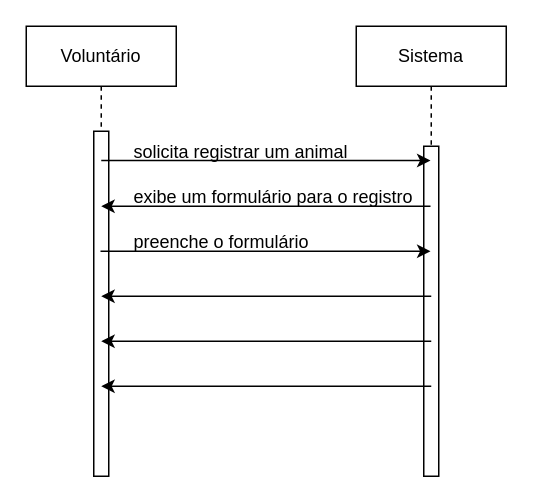
Earlier version of the draw.io diagram Diagrama de Sequência(RF007).drawio (JoaoGans/DRAW.tcc). Source tidied: cells renumbered, new cells numbered last; positions are measured from the earlier drawing's top-left corner, leaving out a move shared by most shapes. Both pictures are drawn from the tidied source at 150%, with x=0, y=0 at pixel (26, 26).
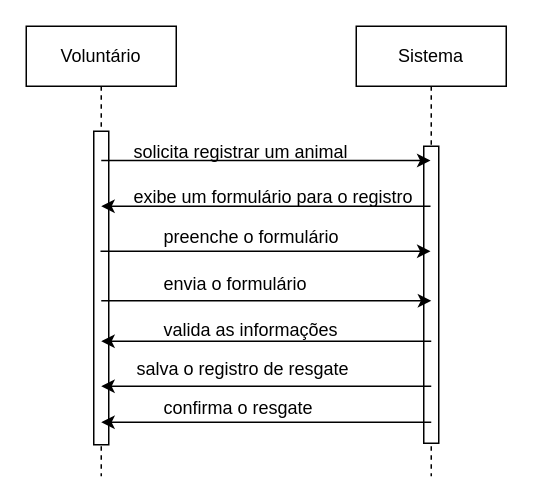
Above is the later version.

Unchanged cells that the change refers to:
```xml
<mxCell id="2" value="Voluntário" style="shape=umlLifeline;perimeter=lifelinePerimeter;whiteSpace=wrap;html=1;outlineConnect=0;portConstraint=eastwest;newEdgeStyle={&quot;edgeStyle&quot;:&quot;elbowEdgeStyle&quot;,&quot;elbow&quot;:&quot;vertical&quot;,&quot;curved&quot;:0,&quot;rounded&quot;:0};" parent="1" vertex="1">
  <mxGeometry width="100" height="300" as="geometry" />
</mxCell>
<mxCell id="4" value="Sistema" style="shape=umlLifeline;perimeter=lifelinePerimeter;whiteSpace=wrap;html=1;outlineConnect=0;portConstraint=eastwest;newEdgeStyle={&quot;edgeStyle&quot;:&quot;elbowEdgeStyle&quot;,&quot;elbow&quot;:&quot;vertical&quot;,&quot;curved&quot;:0,&quot;rounded&quot;:0};" parent="1" vertex="1">
  <mxGeometry x="220" width="100" height="300" as="geometry" />
</mxCell>
```

Change to the diagram source:
```diff
@@
     <mxCell id="3" style="html=1;perimeter=orthogonalPerimeter;targetShapes=umlLifeline;newEdgeStyle={&quot;edgeStyle&quot;:&quot;elbowEdgeStyle&quot;,&quot;elbow&quot;:&quot;vertical&quot;,&quot;curved&quot;:0,&quot;rounded&quot;:0};" parent="2" vertex="1">
-      <mxGeometry x="45" y="70" width="10" height="230" as="geometry" />
+      <mxGeometry x="45" y="70" width="10" height="209" as="geometry" />
     </mxCell>
@@
     <mxCell id="5" style="html=1;perimeter=orthogonalPerimeter;targetShapes=umlLifeline;newEdgeStyle={&quot;edgeStyle&quot;:&quot;elbowEdgeStyle&quot;,&quot;elbow&quot;:&quot;vertical&quot;,&quot;curved&quot;:0,&quot;rounded&quot;:0};" parent="4" vertex="1">
-      <mxGeometry x="45" y="80" width="10" height="220" as="geometry" />
+      <mxGeometry x="45" y="80" width="10" height="198" as="geometry" />
     </mxCell>
@@
     <mxCell id="11" value=" preenche o formulário" style="text;whiteSpace=wrap;html=1;" parent="1" vertex="1">
-      <mxGeometry x="70" y="130" width="200" height="40" as="geometry" />
+      <mxGeometry x="89.5" y="127" width="200" height="40" as="geometry" />
     </mxCell>
     <mxCell id="12" style="endArrow=classic;html=1;rounded=0;" parent="1" edge="1">
       <mxGeometry relative="1" as="geometry">
-        <mxPoint x="270" y="180" as="sourcePoint" />
-        <mxPoint x="50" y="180" as="targetPoint" />
+        <mxPoint x="50" y="183" as="sourcePoint" />
+        <mxPoint x="270" y="183" as="targetPoint" />
       </mxGeometry>
     </mxCell>
@@
+    <mxCell id="15" value="envia o formulário" style="text;whiteSpace=wrap;html=1;" parent="1" vertex="1">
+      <mxGeometry x="89.5" y="158" width="123" height="36" as="geometry" />
+    </mxCell>
+    <mxCell id="16" value="valida as informações" style="text;whiteSpace=wrap;html=1;" parent="1" vertex="1">
+      <mxGeometry x="89.5" y="189" width="144" height="36" as="geometry" />
+    </mxCell>
+    <mxCell id="17" value="salva o registro de resgate" style="text;whiteSpace=wrap;html=1;" parent="1" vertex="1">
+      <mxGeometry x="72" y="215" width="169" height="36" as="geometry" />
+    </mxCell>
+    <mxCell id="18" value="confirma o resgate" style="text;whiteSpace=wrap;html=1;" parent="1" vertex="1">
+      <mxGeometry x="89.5" y="241" width="127" height="36" as="geometry" />
+    </mxCell>
+    <mxCell id="19" style="endArrow=classic;html=1;rounded=0;" parent="1" edge="1">
+      <mxGeometry relative="1" as="geometry">
+        <mxPoint x="270" y="264" as="sourcePoint" />
+        <mxPoint x="50" y="264" as="targetPoint" />
+      </mxGeometry>
+    </mxCell>
```
